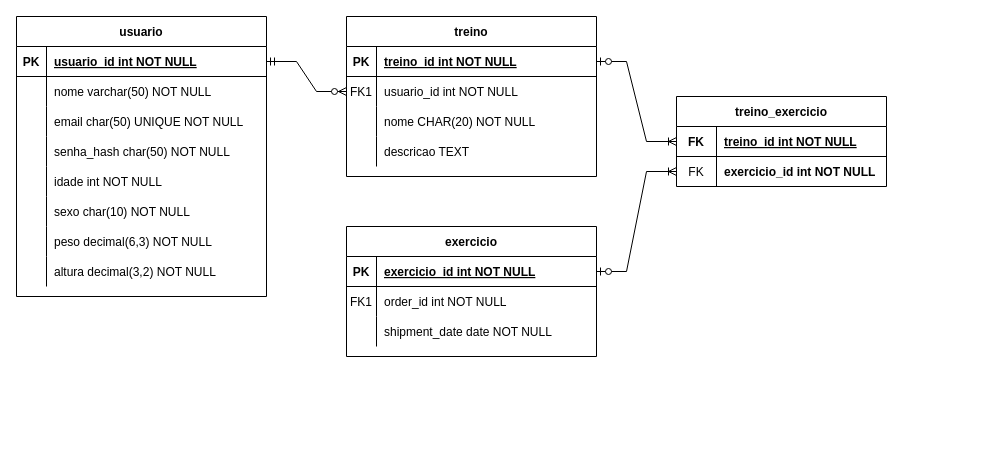
This is assets/Boribilder.drawio from FelipeGodoy96/cautious-invention, a draw.io file, before an edit. Source tidied: cells renumbered, new cells numbered last; positions are measured from the earlier drawing's top-left corner, leaving out a move shared by most shapes. Both pictures are drawn from the tidied source at 100%, with x=0, y=0 at pixel (16, 16).
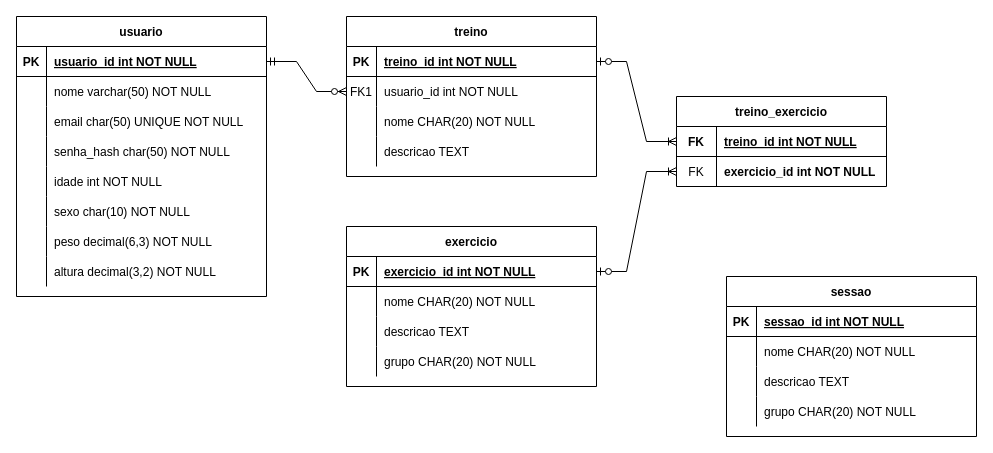
The same diagram, later.

Commit message (it also covers changes not shown here):
changes to diagram, added example get users .json

The change refers to these unchanged cells:
```xml
<mxCell id="19" style="shape=partialRectangle;fillColor=none;top=0;left=0;right=0;bottom=0;" parent="15" vertex="1">
  <mxGeometry y="60" width="250" height="30" as="geometry" />
</mxCell>
<mxCell id="22" style="shape=partialRectangle;fillColor=none;top=0;left=0;right=0;bottom=0;" parent="15" vertex="1">
  <mxGeometry y="90" width="250" height="30" as="geometry" />
</mxCell>
```

Change to the diagram source:
```diff
@@
     <mxCell id="15" value="exercicio" style="shape=table;startSize=30;childLayout=tableLayout;rowLines=0;fontStyle=1;align=center;" parent="1" vertex="1">
-      <mxGeometry x="330" y="210" width="250" height="130" as="geometry" />
+      <mxGeometry x="330" y="210" width="250" height="160" as="geometry" />
     </mxCell>
@@
-    <mxCell id="20" value="FK1" style="shape=partialRectangle;overflow=hidden;fillColor=none;top=0;left=0;bottom=0;right=0;" parent="19" vertex="1">
+    <mxCell id="20" style="shape=partialRectangle;overflow=hidden;fillColor=none;top=0;left=0;bottom=0;right=0;" parent="19" vertex="1">
       <mxGeometry width="30" height="30" as="geometry" />
     </mxCell>
-    <mxCell id="21" value="order_id int NOT NULL" style="shape=partialRectangle;overflow=hidden;fillColor=none;top=0;left=0;bottom=0;right=0;align=left;spacingLeft=6;" parent="19" vertex="1">
+    <mxCell id="21" value="nome CHAR(20) NOT NULL" style="shape=partialRectangle;overflow=hidden;fillColor=none;top=0;left=0;bottom=0;right=0;align=left;spacingLeft=6;" parent="19" vertex="1">
       <mxGeometry x="30" width="220" height="30" as="geometry" />
     </mxCell>
@@
-    <mxCell id="24" value="shipment_date date NOT NULL" style="shape=partialRectangle;overflow=hidden;fillColor=none;top=0;left=0;bottom=0;right=0;align=left;spacingLeft=6;" parent="22" vertex="1">
+    <mxCell id="24" value="descricao TEXT" style="shape=partialRectangle;overflow=hidden;fillColor=none;top=0;left=0;bottom=0;right=0;align=left;spacingLeft=6;" parent="22" vertex="1">
       <mxGeometry x="30" width="220" height="30" as="geometry" />
     </mxCell>
+    <mxCell id="60" style="shape=partialRectangle;fillColor=none;top=0;left=0;right=0;bottom=0;" parent="15" vertex="1">
+      <mxGeometry y="120" width="250" height="30" as="geometry" />
+    </mxCell>
+    <mxCell id="61" style="shape=partialRectangle;overflow=hidden;fillColor=none;top=0;left=0;bottom=0;right=0;" parent="60" vertex="1">
+      <mxGeometry width="30" height="30" as="geometry" />
+    </mxCell>
+    <mxCell id="62" value="grupo CHAR(20) NOT NULL" style="shape=partialRectangle;overflow=hidden;fillColor=none;top=0;left=0;bottom=0;right=0;align=left;spacingLeft=6;" parent="60" vertex="1">
+      <mxGeometry x="30" width="220" height="30" as="geometry" />
+    </mxCell>
@@
+    <mxCell id="63" value="sessao" style="shape=table;startSize=30;childLayout=tableLayout;rowLines=0;fontStyle=1;align=center;" parent="1" vertex="1">
+      <mxGeometry x="710" y="260" width="250" height="160" as="geometry" />
+    </mxCell>
+    <mxCell id="64" style="shape=partialRectangle;fillColor=none;top=0;left=0;right=0;bottom=1;" parent="63" vertex="1">
+      <mxGeometry y="30" width="250" height="30" as="geometry" />
+    </mxCell>
+    <mxCell id="65" value="PK" style="shape=partialRectangle;overflow=hidden;fillColor=none;top=0;left=0;bottom=0;right=0;fontStyle=1;" parent="64" vertex="1">
+      <mxGeometry width="30" height="30" as="geometry" />
+    </mxCell>
+    <mxCell id="66" value="sessao_id int NOT NULL " style="shape=partialRectangle;overflow=hidden;fillColor=none;top=0;left=0;bottom=0;right=0;align=left;spacingLeft=6;fontStyle=5;" parent="64" vertex="1">
+      <mxGeometry x="30" width="220" height="30" as="geometry" />
+    </mxCell>
+    <mxCell id="67" style="shape=partialRectangle;fillColor=none;top=0;left=0;right=0;bottom=0;" parent="63" vertex="1">
+      <mxGeometry y="60" width="250" height="30" as="geometry" />
+    </mxCell>
+    <mxCell id="68" style="shape=partialRectangle;overflow=hidden;fillColor=none;top=0;left=0;bottom=0;right=0;" parent="67" vertex="1">
+      <mxGeometry width="30" height="30" as="geometry" />
+    </mxCell>
+    <mxCell id="69" value="nome CHAR(20) NOT NULL" style="shape=partialRectangle;overflow=hidden;fillColor=none;top=0;left=0;bottom=0;right=0;align=left;spacingLeft=6;" parent="67" vertex="1">
+      <mxGeometry x="30" width="220" height="30" as="geometry" />
+    </mxCell>
+    <mxCell id="70" style="shape=partialRectangle;fillColor=none;top=0;left=0;right=0;bottom=0;" parent="63" vertex="1">
+      <mxGeometry y="90" width="250" height="30" as="geometry" />
+    </mxCell>
+    <mxCell id="71" style="shape=partialRectangle;overflow=hidden;fillColor=none;top=0;left=0;bottom=0;right=0;" parent="70" vertex="1">
+      <mxGeometry width="30" height="30" as="geometry" />
+    </mxCell>
+    <mxCell id="72" value="descricao TEXT" style="shape=partialRectangle;overflow=hidden;fillColor=none;top=0;left=0;bottom=0;right=0;align=left;spacingLeft=6;" parent="70" vertex="1">
+      <mxGeometry x="30" width="220" height="30" as="geometry" />
+    </mxCell>
+    <mxCell id="73" style="shape=partialRectangle;fillColor=none;top=0;left=0;right=0;bottom=0;" parent="63" vertex="1">
+      <mxGeometry y="120" width="250" height="30" as="geometry" />
+    </mxCell>
+    <mxCell id="74" style="shape=partialRectangle;overflow=hidden;fillColor=none;top=0;left=0;bottom=0;right=0;" parent="73" vertex="1">
+      <mxGeometry width="30" height="30" as="geometry" />
+    </mxCell>
+    <mxCell id="75" value="grupo CHAR(20) NOT NULL" style="shape=partialRectangle;overflow=hidden;fillColor=none;top=0;left=0;bottom=0;right=0;align=left;spacingLeft=6;" parent="73" vertex="1">
+      <mxGeometry x="30" width="220" height="30" as="geometry" />
+    </mxCell>
```
